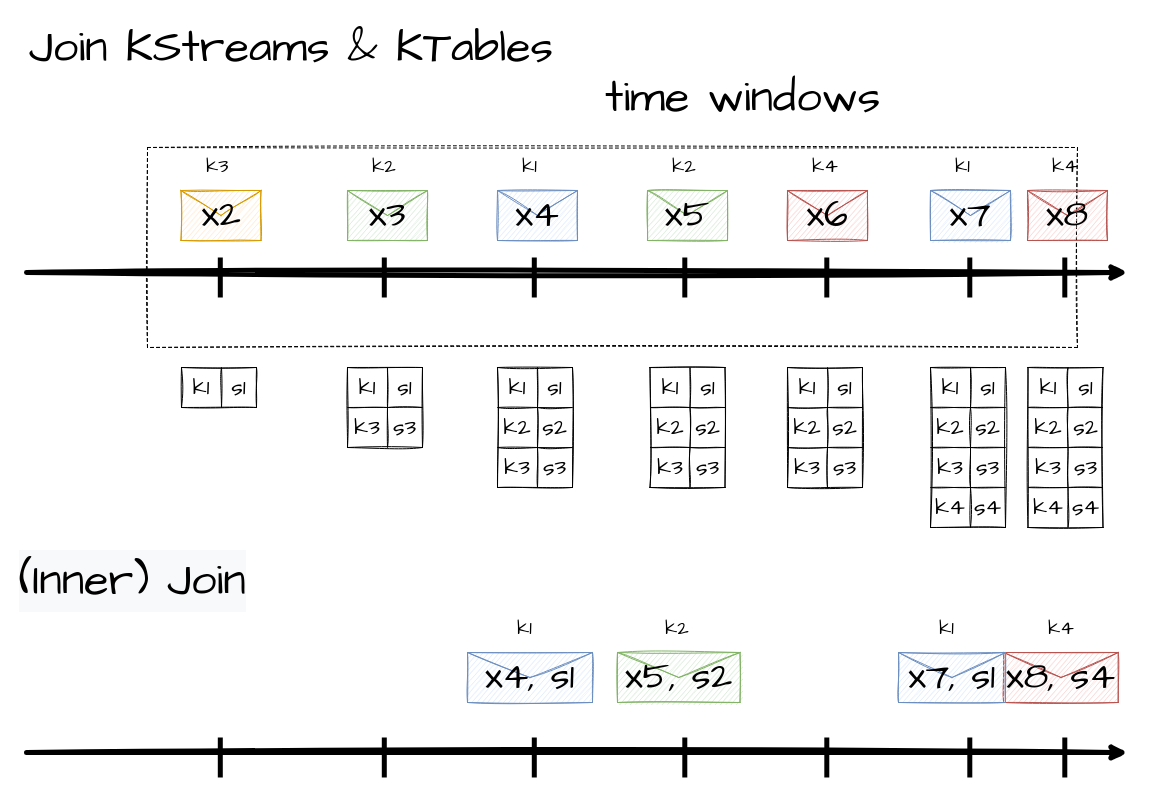
Above: page "Page-9" (9 of 15) of Untitled Diagram.drawio in tamani-coding/kafka-streams-tutorial (draw.io), before the change. Source tidied: cells renumbered, new cells numbered last; positions are measured from the earlier drawing's top-left corner, leaving out a move shared by most shapes. Both pictures are drawn from the tidied source at 100%, with x=0, y=0 at pixel (17, 37).
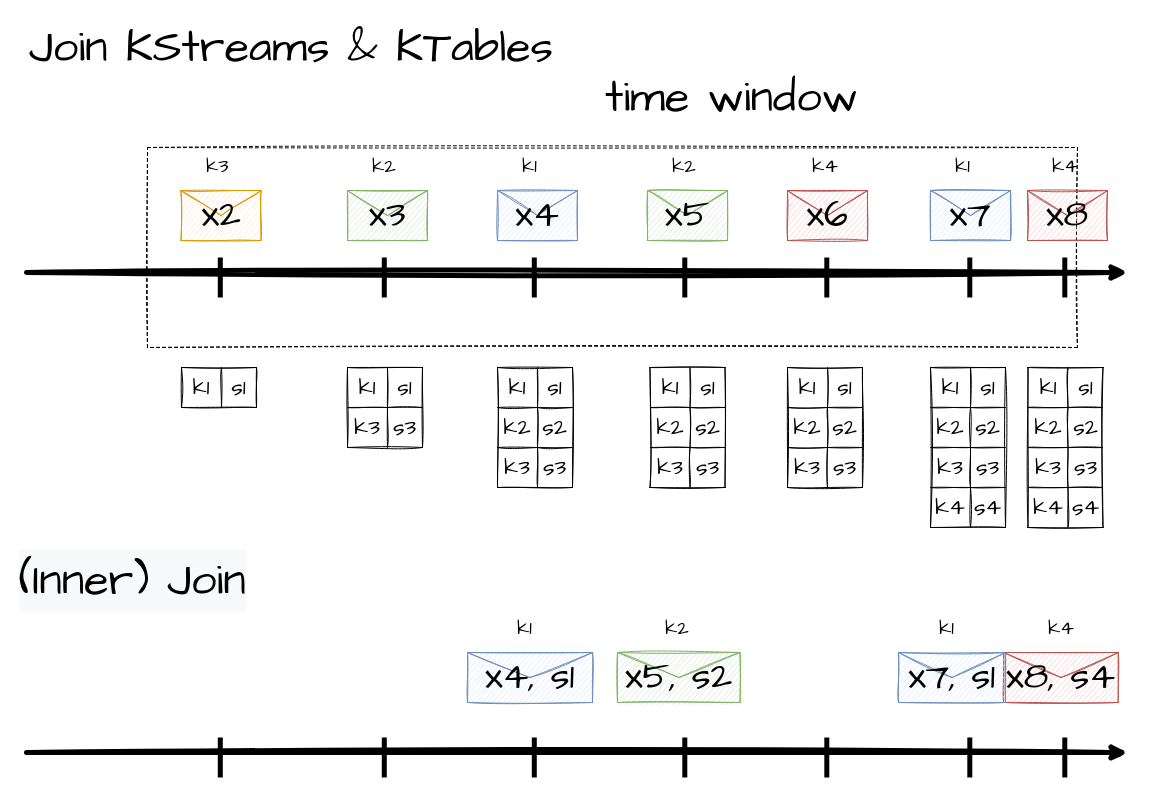
Above is the later version.

What changed in the source:
```diff
@@
-    <mxCell id="5" value="&lt;font style=&quot;font-size: 45px&quot; face=&quot;Comic Sans MS&quot;&gt;time windows&lt;/font&gt;" style="text;html=1;strokeColor=none;fillColor=none;align=left;verticalAlign=middle;whiteSpace=wrap;rounded=0;sketch=1;" parent="1" vertex="1">
+    <mxCell id="5" value="&lt;font style=&quot;font-size: 45px&quot; face=&quot;Comic Sans MS&quot;&gt;time window&lt;/font&gt;" style="text;html=1;strokeColor=none;fillColor=none;align=left;verticalAlign=middle;whiteSpace=wrap;rounded=0;sketch=1;" parent="1" vertex="1">
       <mxGeometry x="586" y="50" width="350" height="20" as="geometry" />
     </mxCell>
```
